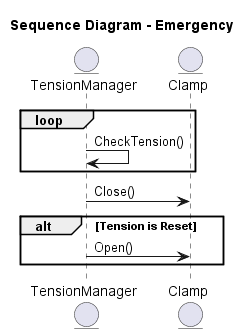
NathanThus/Technology-Semester-3 keeps this PlantUML diagram as Software Design & Algorithms/Elevator/out/Diagrams/Sequence_Emergency.png. Above is the earlier version.
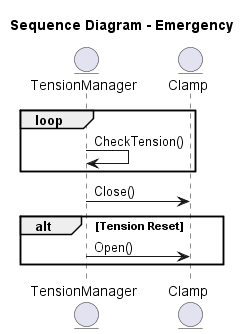
Later version of the same file.

The edit, as a diff of the source:
```diff
@@ -10,8 +10,7 @@
 end
 TensionManager -> Clamp : Close()
 
-
-alt Tension is Reset
+alt Tension Reset
 TensionManager -> Clamp : Open()
 end
 
```
